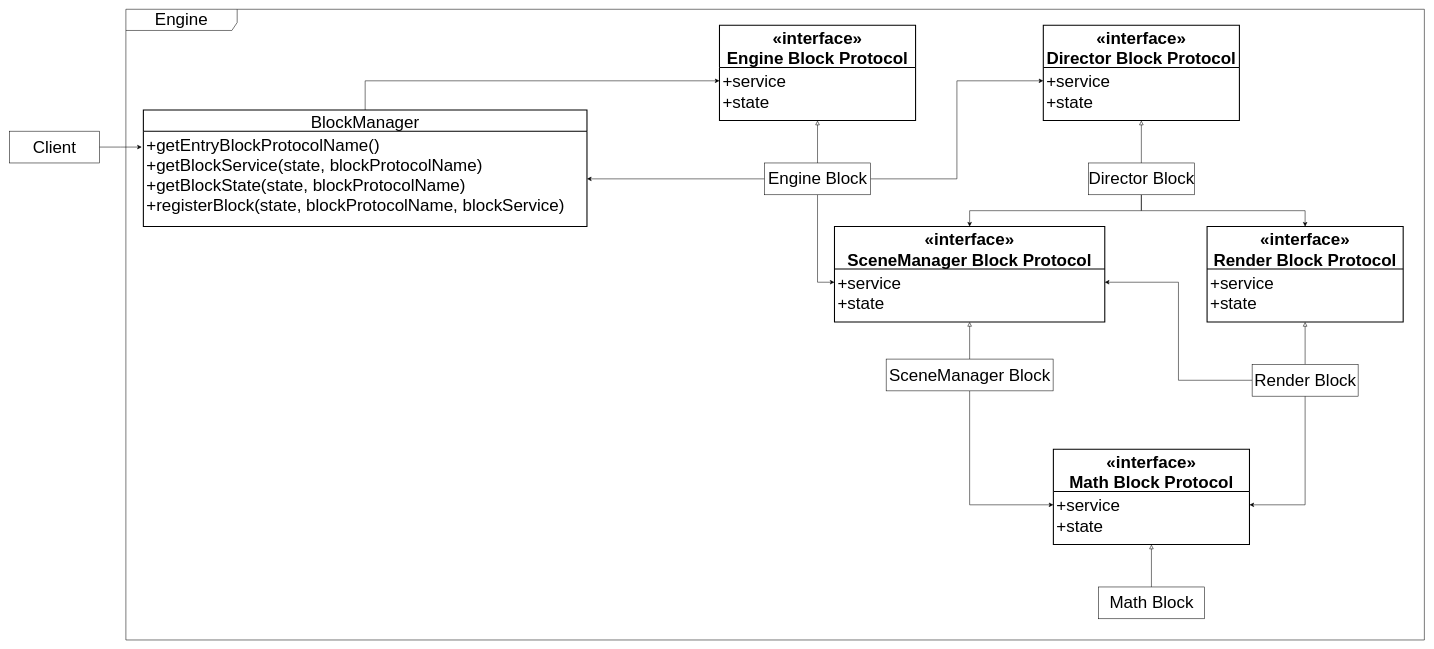
yyc-git/3DProgramPattern keeps this draw.io diagram as packages/积木模式/story_improve/UML.drawio. Above is the earlier version. Source tidied: cells renumbered, new cells numbered last; positions are measured from the earlier drawing's top-left corner, leaving out a move shared by most shapes. Both pictures are drawn from the tidied source at 53%, with x=0, y=0 at pixel (9, 9).
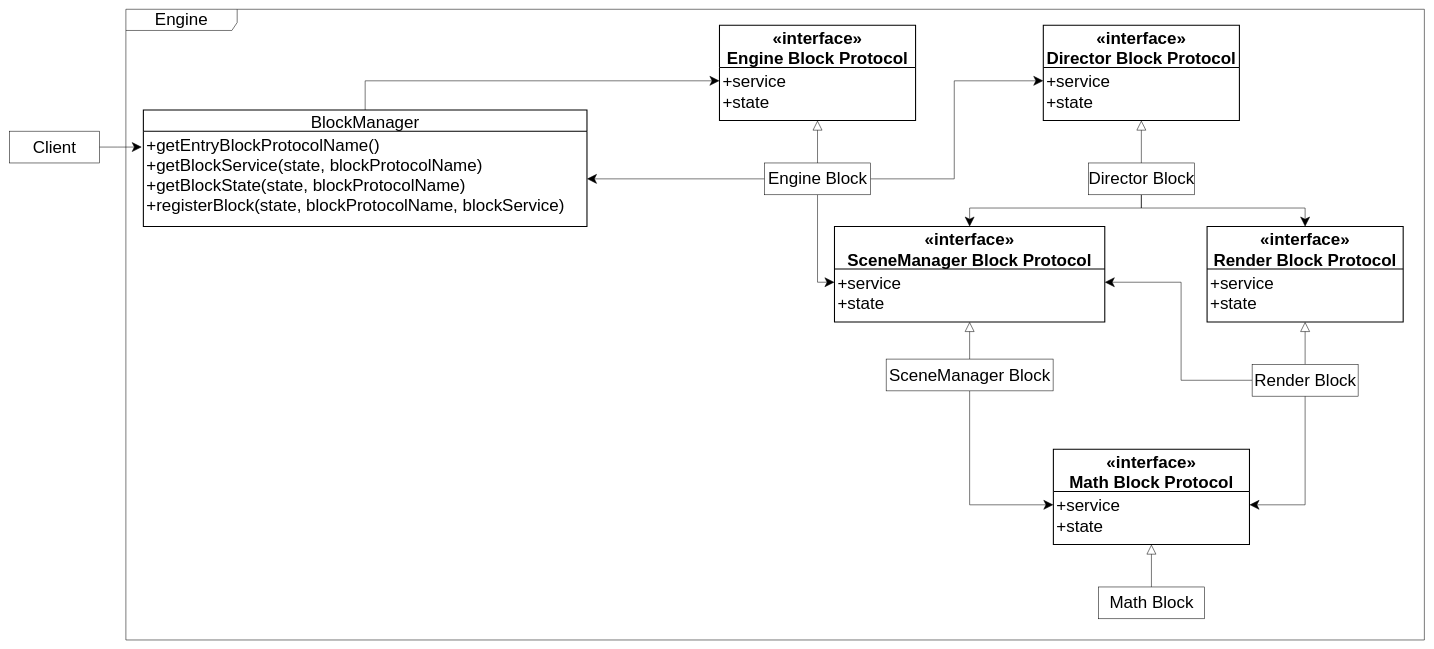
Above is the later version.

Unchanged cells that the change refers to:
```xml
<mxCell id="4" value="Client" style="html=1;fontSize=32;" parent="1" vertex="1">
  <mxGeometry y="230" width="170" height="60" as="geometry" />
</mxCell>
<mxCell id="9" value="Engine Block" style="html=1;fontSize=32;" parent="1" vertex="1">
  <mxGeometry x="1425" y="290" width="200" height="60" as="geometry" />
</mxCell>
<mxCell id="10" value="BlockManager" style="swimlane;horizontal=1;startSize=40;rounded=0;fontSize=32;fontStyle=0;strokeWidth=2;shadow=0;dashed=0;align=center;" parent="1" vertex="1">
  <mxGeometry x="253" y="190" width="837" height="220" as="geometry" />
</mxCell>
<mxCell id="11" value="+getEntryBlockProtocolName()&#10;+getBlockService(state, blockProtocolName)&#10;+getBlockState(state, blockProtocolName)&#10;+registerBlock(state, blockProtocolName, blockService)" style="align=left;strokeColor=none;fillColor=none;spacingLeft=4;fontSize=32;verticalAlign=top;" parent="10" vertex="1">
  <mxGeometry y="40" width="837" height="180" as="geometry" />
</mxCell>
<mxCell id="14" value="+service&#10;+state" style="align=left;strokeColor=none;fillColor=none;spacingLeft=4;fontSize=32;verticalAlign=top;" parent="13" vertex="1">
  <mxGeometry y="80" width="370" height="100" as="geometry" />
</mxCell>
<mxCell id="18" value="Director Block" style="html=1;fontSize=32;" parent="1" vertex="1">
  <mxGeometry x="2036" y="290" width="200" height="60" as="geometry" />
</mxCell>
<mxCell id="20" value="+service&#10;+state" style="align=left;strokeColor=none;fillColor=none;spacingLeft=4;fontSize=32;verticalAlign=top;" parent="19" vertex="1">
  <mxGeometry y="80" width="370" height="100" as="geometry" />
</mxCell>
<mxCell id="23" value="SceneManager Block" style="html=1;fontSize=32;" parent="1" vertex="1">
  <mxGeometry x="1654.5" y="660" width="315" height="60" as="geometry" />
</mxCell>
<mxCell id="24" value="«interface»&#10;SceneManager Block Protocol" style="swimlane;horizontal=1;startSize=80;rounded=0;fontSize=32;fontStyle=1;strokeWidth=2;shadow=0;dashed=0;align=center;" parent="1" vertex="1">
  <mxGeometry x="1557" y="410" width="510" height="180" as="geometry" />
</mxCell>
<mxCell id="25" value="+service&#10;+state" style="align=left;strokeColor=none;fillColor=none;spacingLeft=4;fontSize=32;verticalAlign=top;" parent="24" vertex="1">
  <mxGeometry y="80" width="510" height="100" as="geometry" />
</mxCell>
<mxCell id="29" value="Render Block" style="html=1;fontSize=32;" parent="1" vertex="1">
  <mxGeometry x="2345" y="670" width="200" height="60" as="geometry" />
</mxCell>
<mxCell id="30" value="«interface»&#10;Render Block Protocol" style="swimlane;horizontal=1;startSize=80;rounded=0;fontSize=32;fontStyle=1;strokeWidth=2;shadow=0;dashed=0;align=center;" parent="1" vertex="1">
  <mxGeometry x="2260" y="410" width="370" height="180" as="geometry" />
</mxCell>
<mxCell id="31" value="+service&#10;+state" style="align=left;strokeColor=none;fillColor=none;spacingLeft=4;fontSize=32;verticalAlign=top;" parent="30" vertex="1">
  <mxGeometry y="80" width="370" height="100" as="geometry" />
</mxCell>
<mxCell id="33" value="Math Block" style="html=1;fontSize=32;" parent="1" vertex="1">
  <mxGeometry x="2055" y="1090" width="200" height="60" as="geometry" />
</mxCell>
<mxCell id="35" value="+service&#10;+state" style="align=left;strokeColor=none;fillColor=none;spacingLeft=4;fontSize=32;verticalAlign=top;" parent="34" vertex="1">
  <mxGeometry y="80" width="370" height="100" as="geometry" />
</mxCell>
```

What changed in the source:
```diff
@@
-    <mxCell id="3" style="edgeStyle=orthogonalEdgeStyle;rounded=0;jettySize=auto;html=1;" parent="1" edge="1" source="4">
+    <mxCell id="3" style="edgeStyle=orthogonalEdgeStyle;rounded=0;jettySize=auto;html=1;endSize=16;startSize=16;" parent="1" edge="1" source="4">
       <mxGeometry relative="1" as="geometry">
         <mxPoint x="250" y="260" as="targetPoint" />
       </mxGeometry>
     </mxCell>
@@
-    <mxCell id="5" style="edgeStyle=orthogonalEdgeStyle;rounded=0;jettySize=auto;html=1;entryX=0.5;entryY=1;entryDx=0;entryDy=0;endArrow=block;endFill=0;" parent="1" edge="1" source="9" target="14">
+    <mxCell id="5" style="edgeStyle=orthogonalEdgeStyle;rounded=0;jettySize=auto;html=1;entryX=0.5;entryY=1;entryDx=0;entryDy=0;endArrow=block;endFill=0;endSize=16;startSize=16;" parent="1" edge="1" source="9" target="14">
       <mxGeometry relative="1" as="geometry" />
     </mxCell>
-    <mxCell id="6" style="edgeStyle=orthogonalEdgeStyle;rounded=0;jettySize=auto;html=1;entryX=1;entryY=0.5;entryDx=0;entryDy=0;fontSize=32;endArrow=classic;endFill=1;" parent="1" edge="1" source="9" target="11">
+    <mxCell id="6" style="edgeStyle=orthogonalEdgeStyle;rounded=0;jettySize=auto;html=1;entryX=1;entryY=0.5;entryDx=0;entryDy=0;fontSize=32;endArrow=classic;endFill=1;endSize=16;startSize=16;" parent="1" edge="1" source="9" target="11">
       <mxGeometry relative="1" as="geometry" />
     </mxCell>
-    <mxCell id="7" style="edgeStyle=orthogonalEdgeStyle;rounded=0;jettySize=auto;html=1;entryX=0;entryY=0.25;entryDx=0;entryDy=0;fontSize=32;endArrow=classic;endFill=1;" parent="1" edge="1" source="9" target="20">
+    <mxCell id="7" style="edgeStyle=orthogonalEdgeStyle;rounded=0;jettySize=auto;html=1;entryX=0;entryY=0.25;entryDx=0;entryDy=0;fontSize=32;endArrow=classic;endFill=1;endSize=16;startSize=16;" parent="1" edge="1" source="9" target="20">
       <mxGeometry relative="1" as="geometry" />
     </mxCell>
-    <mxCell id="8" style="edgeStyle=orthogonalEdgeStyle;rounded=0;jettySize=auto;html=1;entryX=0;entryY=0.25;entryDx=0;entryDy=0;fontSize=32;endArrow=classic;endFill=1;" parent="1" edge="1" source="9" target="25">
+    <mxCell id="8" style="edgeStyle=orthogonalEdgeStyle;rounded=0;jettySize=auto;html=1;entryX=0;entryY=0.25;entryDx=0;entryDy=0;fontSize=32;endArrow=classic;endFill=1;endSize=16;startSize=16;" parent="1" edge="1" source="9" target="25">
       <mxGeometry relative="1" as="geometry" />
     </mxCell>
@@
-    <mxCell id="12" style="edgeStyle=orthogonalEdgeStyle;rounded=0;jettySize=auto;html=1;entryX=0;entryY=0.25;entryDx=0;entryDy=0;fontSize=32;endArrow=classic;endFill=1;exitX=0.5;exitY=0;exitDx=0;exitDy=0;" parent="1" edge="1" source="10" target="14">
+    <mxCell id="12" style="edgeStyle=orthogonalEdgeStyle;rounded=0;jettySize=auto;html=1;entryX=0;entryY=0.25;entryDx=0;entryDy=0;fontSize=32;endArrow=classic;endFill=1;exitX=0.5;exitY=0;exitDx=0;exitDy=0;endSize=16;startSize=16;" parent="1" edge="1" source="10" target="14">
       <mxGeometry relative="1" as="geometry" />
     </mxCell>
@@
-    <mxCell id="15" style="edgeStyle=orthogonalEdgeStyle;rounded=0;jettySize=auto;html=1;entryX=0.5;entryY=1;entryDx=0;entryDy=0;fontSize=32;endArrow=block;endFill=0;" parent="1" edge="1" source="18" target="20">
+    <mxCell id="15" style="edgeStyle=orthogonalEdgeStyle;rounded=0;jettySize=auto;html=1;entryX=0.5;entryY=1;entryDx=0;entryDy=0;fontSize=32;endArrow=block;endFill=0;endSize=16;startSize=16;" parent="1" edge="1" source="18" target="20">
       <mxGeometry relative="1" as="geometry" />
     </mxCell>
-    <mxCell id="16" style="edgeStyle=orthogonalEdgeStyle;rounded=0;jettySize=auto;html=1;fontSize=32;endArrow=classic;endFill=1;" parent="1" edge="1" source="18" target="24">
+    <mxCell id="16" style="edgeStyle=orthogonalEdgeStyle;rounded=0;jettySize=auto;html=1;fontSize=32;endArrow=classic;endFill=1;endSize=16;startSize=16;" parent="1" edge="1" source="18" target="24">
       <mxGeometry relative="1" as="geometry" />
     </mxCell>
-    <mxCell id="17" style="edgeStyle=orthogonalEdgeStyle;rounded=0;jettySize=auto;html=1;fontSize=32;endArrow=classic;endFill=1;exitX=0.5;exitY=1;exitDx=0;exitDy=0;" parent="1" edge="1" source="18" target="30">
+    <mxCell id="17" style="edgeStyle=orthogonalEdgeStyle;rounded=0;jettySize=auto;html=1;fontSize=32;endArrow=classic;endFill=1;exitX=0.5;exitY=1;exitDx=0;exitDy=0;endSize=16;startSize=16;" parent="1" edge="1" source="18" target="30">
       <mxGeometry relative="1" as="geometry" />
     </mxCell>
@@
-    <mxCell id="21" style="edgeStyle=orthogonalEdgeStyle;rounded=0;jettySize=auto;html=1;entryX=0.5;entryY=1;entryDx=0;entryDy=0;fontSize=32;endArrow=block;endFill=0;" parent="1" edge="1" source="23" target="25">
+    <mxCell id="21" style="edgeStyle=orthogonalEdgeStyle;rounded=0;jettySize=auto;html=1;entryX=0.5;entryY=1;entryDx=0;entryDy=0;fontSize=32;endArrow=block;endFill=0;endSize=16;startSize=16;" parent="1" edge="1" source="23" target="25">
       <mxGeometry relative="1" as="geometry" />
     </mxCell>
-    <mxCell id="22" style="edgeStyle=orthogonalEdgeStyle;rounded=0;jettySize=auto;html=1;entryX=0;entryY=0.25;entryDx=0;entryDy=0;fontSize=32;endArrow=classic;endFill=1;exitX=0.5;exitY=1;exitDx=0;exitDy=0;" parent="1" edge="1" source="23" target="35">
+    <mxCell id="22" style="edgeStyle=orthogonalEdgeStyle;rounded=0;jettySize=auto;html=1;entryX=0;entryY=0.25;entryDx=0;entryDy=0;fontSize=32;endArrow=classic;endFill=1;exitX=0.5;exitY=1;exitDx=0;exitDy=0;endSize=16;startSize=16;" parent="1" edge="1" source="23" target="35">
       <mxGeometry relative="1" as="geometry" />
     </mxCell>
@@
-    <mxCell id="26" style="edgeStyle=orthogonalEdgeStyle;rounded=0;jettySize=auto;html=1;entryX=0.5;entryY=1;entryDx=0;entryDy=0;fontSize=32;endArrow=block;endFill=0;" parent="1" edge="1" source="29" target="31">
+    <mxCell id="26" style="edgeStyle=orthogonalEdgeStyle;rounded=0;jettySize=auto;html=1;entryX=0.5;entryY=1;entryDx=0;entryDy=0;fontSize=32;endArrow=block;endFill=0;endSize=16;startSize=16;" parent="1" edge="1" source="29" target="31">
       <mxGeometry relative="1" as="geometry" />
     </mxCell>
-    <mxCell id="27" style="edgeStyle=orthogonalEdgeStyle;rounded=0;jettySize=auto;html=1;entryX=1;entryY=0.25;entryDx=0;entryDy=0;fontSize=32;endArrow=classic;endFill=1;" parent="1" edge="1" source="29" target="25">
+    <mxCell id="27" style="edgeStyle=orthogonalEdgeStyle;rounded=0;jettySize=auto;html=1;entryX=1;entryY=0.25;entryDx=0;entryDy=0;fontSize=32;endArrow=classic;endFill=1;endSize=16;startSize=16;" parent="1" edge="1" source="29" target="25">
       <mxGeometry relative="1" as="geometry" />
     </mxCell>
-    <mxCell id="28" style="edgeStyle=orthogonalEdgeStyle;rounded=0;jettySize=auto;html=1;entryX=1;entryY=0.25;entryDx=0;entryDy=0;fontSize=32;endArrow=classic;endFill=1;exitX=0.5;exitY=1;exitDx=0;exitDy=0;" parent="1" edge="1" source="29" target="35">
+    <mxCell id="28" style="edgeStyle=orthogonalEdgeStyle;rounded=0;jettySize=auto;html=1;entryX=1;entryY=0.25;entryDx=0;entryDy=0;fontSize=32;endArrow=classic;endFill=1;exitX=0.5;exitY=1;exitDx=0;exitDy=0;endSize=16;startSize=16;" parent="1" edge="1" source="29" target="35">
       <mxGeometry relative="1" as="geometry" />
     </mxCell>
@@
-    <mxCell id="32" style="edgeStyle=orthogonalEdgeStyle;rounded=0;jettySize=auto;html=1;fontSize=32;endArrow=block;endFill=0;" parent="1" edge="1" source="33" target="35">
+    <mxCell id="32" style="edgeStyle=orthogonalEdgeStyle;rounded=0;jettySize=auto;html=1;fontSize=32;endArrow=block;endFill=0;endSize=16;startSize=16;" parent="1" edge="1" source="33" target="35">
       <mxGeometry relative="1" as="geometry" />
     </mxCell>
```
